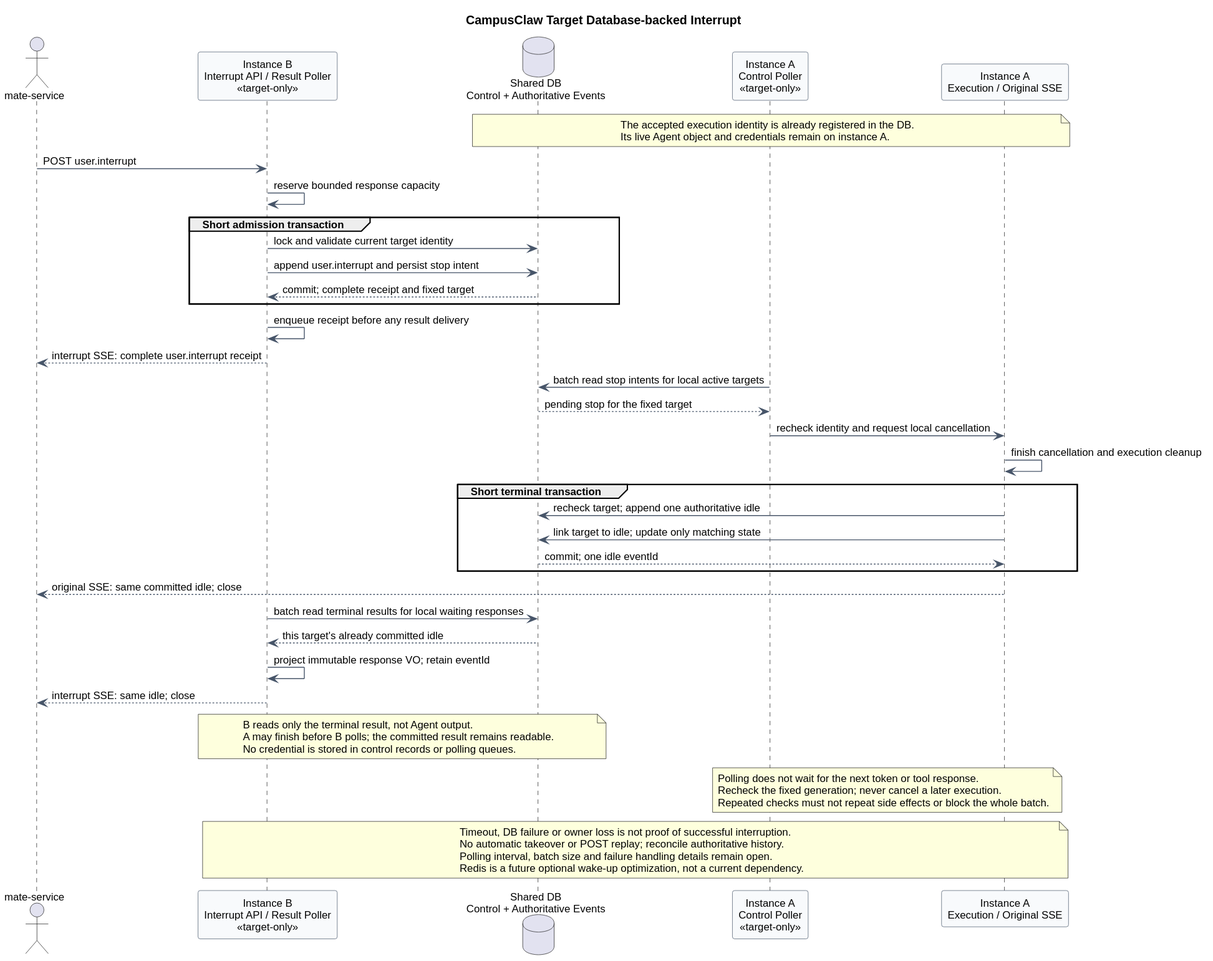
The PlantUML diagram 01-总体架构/01-CampusClaw多Agent运行时/设计图/事件接口重设计/target_database_interrupt_delivery.svg in ssm0808/pi-mono-java-design, before a commit.
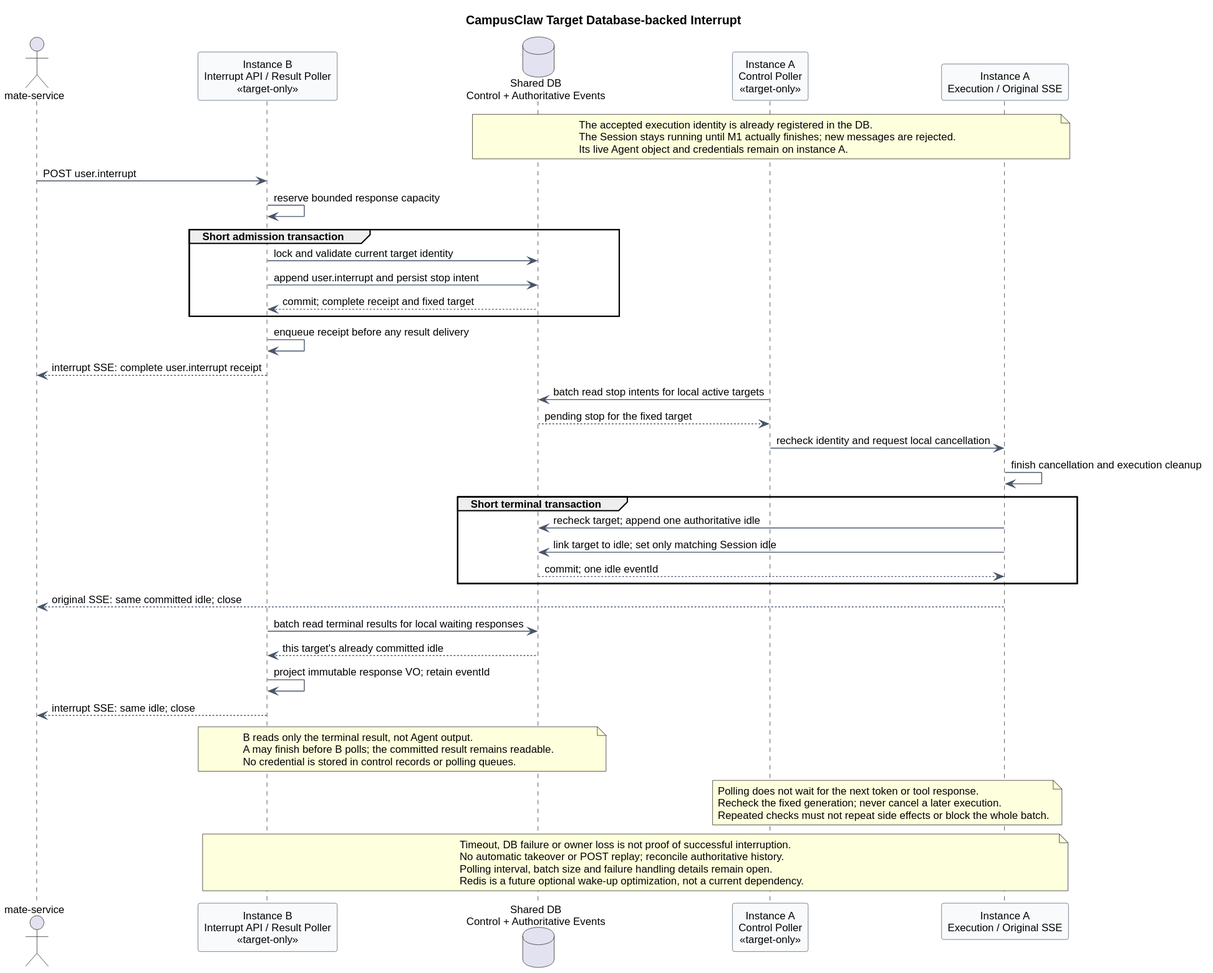
Later version of the same file.

Diff of the diagram source:
```diff
@@ -17,6 +17,7 @@
 
 note over DB,A
 The accepted execution identity is already registered in the DB.
+The Session stays running until M1 actually finishes; new messages are rejected.
 Its live Agent object and credentials remain on instance A.
 end note
 Client -> B : POST user.interrupt
@@ -35,7 +36,7 @@
 A -> A : finish cancellation and execution cleanup
 group Short terminal transaction
   A -> DB : recheck target; append one authoritative idle
-  A -> DB : link target to idle; update only matching state
+  A -> DB : link target to idle; set only matching Session idle
   DB --> A : commit; one idle eventId
 end
 A --> Client : original SSE: same committed idle; close
```
